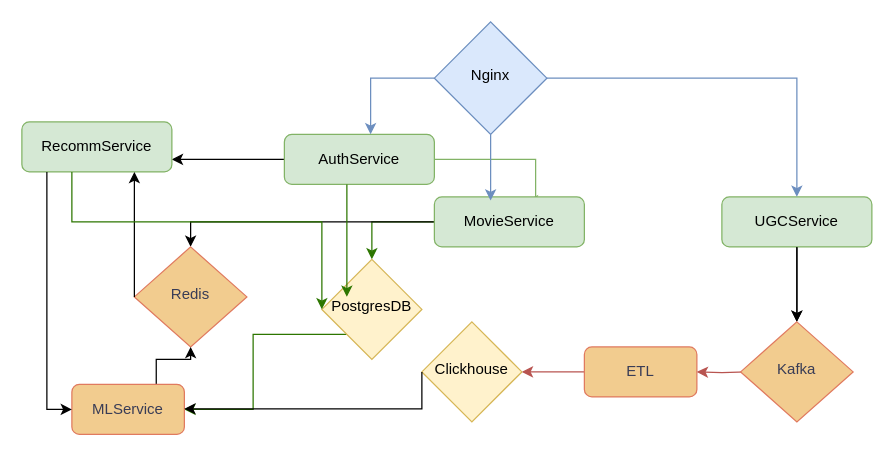
This is architecture/Схема.drawio from VladErm91/graduate_work, a draw.io file, before an edit. Source tidied: cells renumbered, new cells numbered last; positions are measured from the earlier drawing's top-left corner, leaving out a move shared by most shapes. Both pictures are drawn from the tidied source at 125%, with x=0, y=0 at pixel (21, 21).
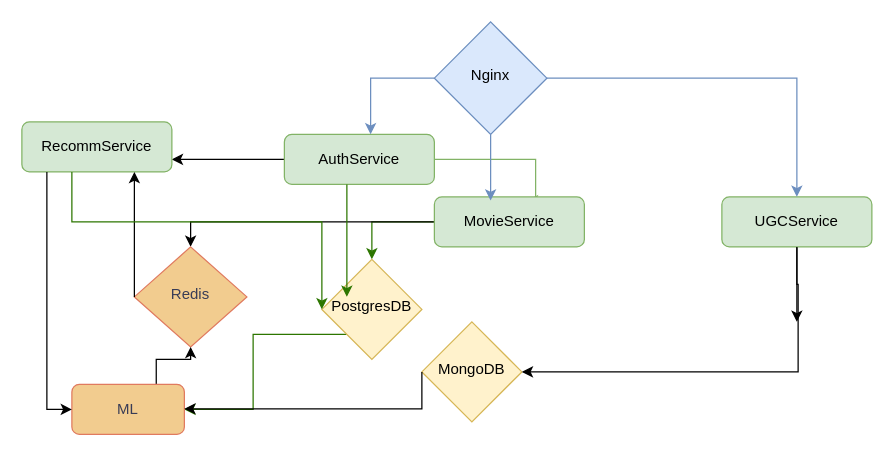
Above is the later version.

Unchanged cells that the change refers to:
```xml
<mxCell id="19" value="UGCService" style="rounded=1;whiteSpace=wrap;html=1;fontSize=12;glass=0;strokeWidth=1;shadow=0;labelBackgroundColor=none;fillColor=#d5e8d4;strokeColor=#82b366;" parent="1" vertex="1">
  <mxGeometry x="560" y="140" width="120" height="40" as="geometry" />
</mxCell>
```

What changed in the source:
```diff
@@
-    <mxCell id="13" style="edgeStyle=orthogonalEdgeStyle;rounded=0;jettySize=auto;html=1;fillColor=#f8cecc;strokeColor=#b85450;entryX=1;entryY=0.5;entryDx=0;entryDy=0;exitX=0;exitY=0.5;exitDx=0;exitDy=0;" parent="1" edge="1" source="14" target="16">
-      <mxGeometry relative="1" as="geometry" />
-    </mxCell>
-    <mxCell id="14" value="ETL" style="rounded=1;whiteSpace=wrap;html=1;fontSize=12;glass=0;strokeWidth=1;shadow=0;labelBackgroundColor=none;fillColor=#F2CC8F;strokeColor=#E07A5F;fontColor=#393C56;" parent="1" vertex="1">
-      <mxGeometry x="450" y="260" width="90" height="40" as="geometry" />
-    </mxCell>
@@
-    <mxCell id="16" value="Clickhouse" style="rhombus;whiteSpace=wrap;html=1;shadow=0;fontFamily=Helvetica;fontSize=12;align=center;strokeWidth=1;spacing=6;spacingTop=-4;labelBackgroundColor=none;fillColor=#fff2cc;strokeColor=#d6b656;" parent="1" vertex="1">
+    <mxCell id="16" value="MongoDB" style="rhombus;whiteSpace=wrap;html=1;shadow=0;fontFamily=Helvetica;fontSize=12;align=center;strokeWidth=1;spacing=6;spacingTop=-4;labelBackgroundColor=none;fillColor=#fff2cc;strokeColor=#d6b656;" parent="1" vertex="1">
       <mxGeometry x="320" y="240" width="80" height="80" as="geometry" />
     </mxCell>
-    <mxCell id="17" style="edgeStyle=orthogonalEdgeStyle;rounded=0;jettySize=auto;html=1;fillColor=#f8cecc;strokeColor=#b85450;entryX=1;entryY=0.5;entryDx=0;entryDy=0;" parent="1" edge="1" target="14">
-      <mxGeometry relative="1" as="geometry">
-        <mxPoint x="580" y="280" as="sourcePoint" />
-      </mxGeometry>
-    </mxCell>
@@
-    <mxCell id="20" style="edgeStyle=orthogonalEdgeStyle;rounded=0;jettySize=auto;html=1;entryX=0.5;entryY=0;entryDx=0;entryDy=0;exitX=0.5;exitY=1;exitDx=0;exitDy=0;" parent="1" edge="1" source="19">
+    <mxCell id="20" style="edgeStyle=orthogonalEdgeStyle;rounded=0;jettySize=auto;html=1;entryX=1;entryY=0.5;entryDx=0;entryDy=0;exitX=0.5;exitY=1;exitDx=0;exitDy=0;" parent="1" edge="1" source="19" target="16">
       <mxGeometry relative="1" as="geometry">
-        <mxPoint x="620" y="240" as="targetPoint" />
+        <Array as="points">
+          <mxPoint x="620" y="210" />
+          <mxPoint x="621" y="210" />
+          <mxPoint x="621" y="280" />
+        </Array>
       </mxGeometry>
     </mxCell>
@@
-    <mxCell id="23" value="MLService" style="rounded=1;whiteSpace=wrap;html=1;fontSize=12;glass=0;strokeWidth=1;shadow=0;labelBackgroundColor=none;fillColor=#F2CC8F;strokeColor=#E07A5F;fontColor=#393C56;" parent="1" vertex="1">
+    <mxCell id="23" value="ML" style="rounded=1;whiteSpace=wrap;html=1;fontSize=12;glass=0;strokeWidth=1;shadow=0;labelBackgroundColor=none;fillColor=#F2CC8F;strokeColor=#E07A5F;fontColor=#393C56;" parent="1" vertex="1">
       <mxGeometry x="40" y="290" width="90" height="40" as="geometry" />
     </mxCell>
@@
-    <mxCell id="27" value="Kafka" style="rhombus;whiteSpace=wrap;html=1;shadow=0;fontFamily=Helvetica;fontSize=12;align=center;strokeWidth=1;spacing=6;spacingTop=-4;labelBackgroundColor=none;fillColor=#F2CC8F;strokeColor=#E07A5F;fontColor=#393C56;" parent="1" vertex="1">
-      <mxGeometry x="575" y="240" width="90" height="80" as="geometry" />
-    </mxCell>
```
